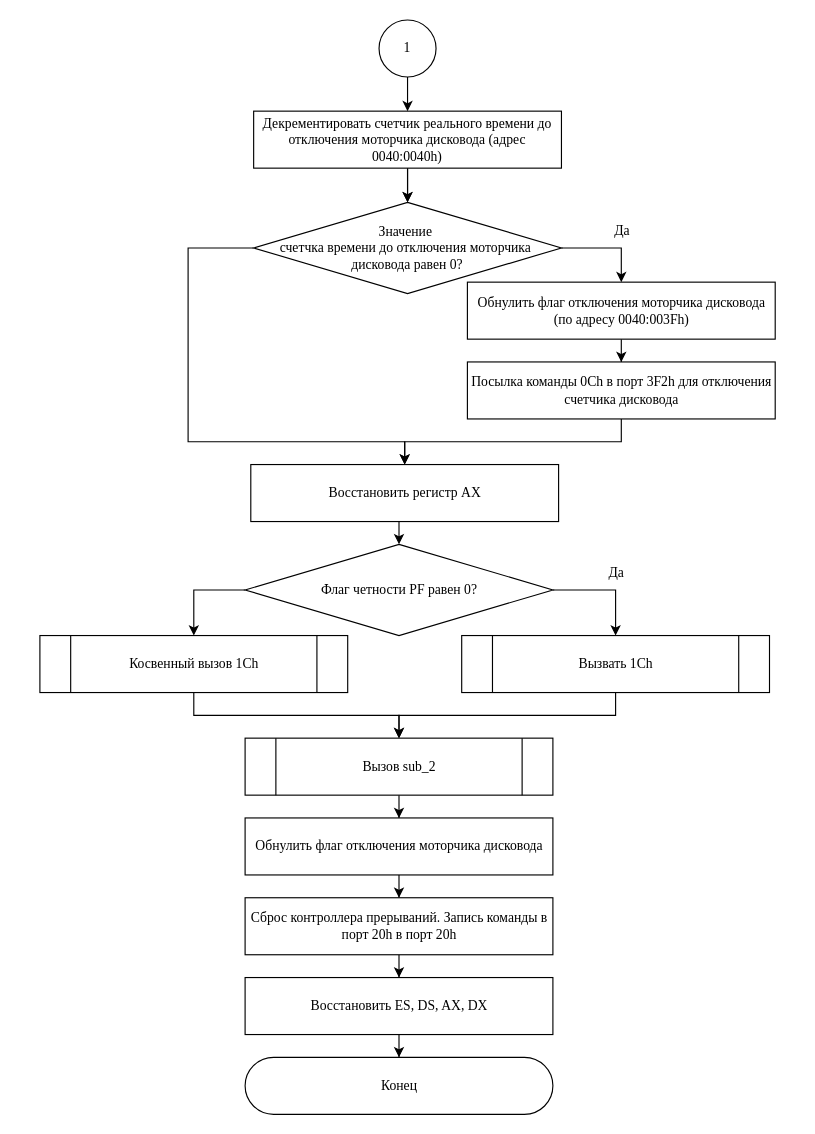
The draw.io diagram lab-01/INT8_END.drawio in xanderkov/ics7-os, before the edit. Source tidied: cells renumbered, new cells numbered last; positions are measured from the earlier drawing's top-left corner, leaving out a move shared by most shapes. Both pictures are drawn from the tidied source at 114%, with x=0, y=0 at pixel (40, 19).
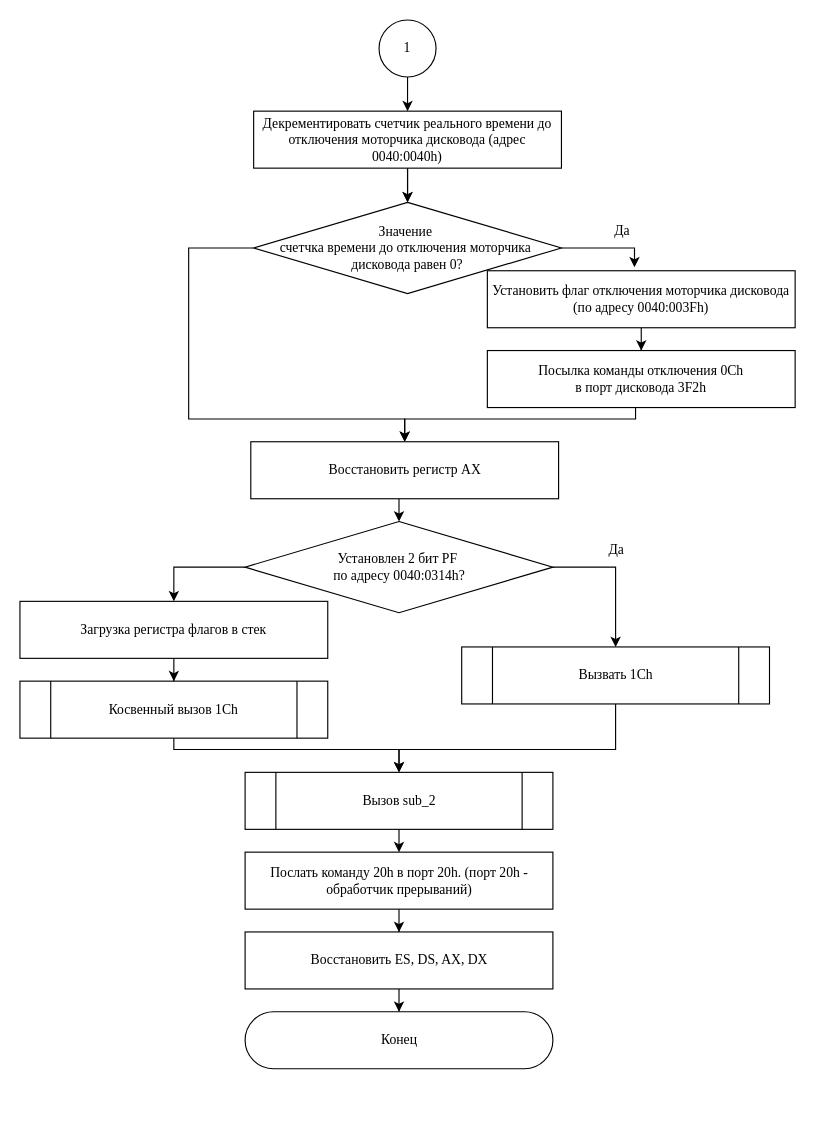
After the change.

The change refers to these unchanged cells:
```xml
<mxCell id="7" value="&lt;div&gt;Значение&amp;nbsp;&lt;/div&gt;&lt;div&gt;счетчка времени&amp;nbsp;&lt;span style=&quot;background-color: initial;&quot;&gt;до отключения&amp;nbsp;&lt;/span&gt;&lt;span style=&quot;background-color: initial;&quot;&gt;моторчика&amp;nbsp;&lt;/span&gt;&lt;/div&gt;&lt;div&gt;&lt;span style=&quot;background-color: initial;&quot;&gt;дисковода равен 0?&lt;/span&gt;&lt;/div&gt;" style="rhombus;whiteSpace=wrap;html=1;fontFamily=Garamond;" parent="1" vertex="1">
  <mxGeometry x="187" y="160" width="270" height="80" as="geometry" />
</mxCell>
```

Change to the diagram source:
```diff
@@
-    <mxCell id="5" style="edgeStyle=orthogonalEdgeStyle;rounded=0;jettySize=auto;html=1;entryX=0.5;entryY=0;entryDx=0;entryDy=0;fontFamily=Times New Roman;" parent="1" edge="1" source="7" target="9">
+    <mxCell id="5" style="edgeStyle=orthogonalEdgeStyle;rounded=0;jettySize=auto;html=1;entryX=0.478;entryY=-0.06;entryDx=0;entryDy=0;fontFamily=Times New Roman;entryPerimeter=0;" parent="1" edge="1" source="7" target="9">
       <mxGeometry relative="1" as="geometry">
         <Array as="points">
-          <mxPoint x="509.5" y="200" />
+          <mxPoint x="521" y="200" />
         </Array>
       </mxGeometry>
     </mxCell>
     <mxCell id="6" style="edgeStyle=orthogonalEdgeStyle;rounded=0;jettySize=auto;html=1;entryX=0.5;entryY=0;entryDx=0;entryDy=0;" parent="1" edge="1" source="7" target="14">
       <mxGeometry relative="1" as="geometry">
         <Array as="points">
-          <mxPoint x="129.5" y="200" />
-          <mxPoint x="129.5" y="370" />
-          <mxPoint x="319.5" y="370" />
+          <mxPoint x="130" y="200" />
+          <mxPoint x="130" y="350" />
+          <mxPoint x="320" y="350" />
         </Array>
       </mxGeometry>
     </mxCell>
@@
-    <mxCell id="9" value="Обнулить флаг отключения моторчика дисковода (по адресу 0040:003Fh)" style="rounded=1;whiteSpace=wrap;html=1;fontFamily=Times New Roman;arcSize=0;" parent="1" vertex="1">
-      <mxGeometry x="374.5" y="230" width="270" height="50" as="geometry" />
+    <mxCell id="9" value="Установить флаг отключения моторчика дисковода (по адресу 0040:003Fh)" style="rounded=1;whiteSpace=wrap;html=1;fontFamily=Times New Roman;arcSize=0;" parent="1" vertex="1">
+      <mxGeometry x="392" y="220" width="270" height="50" as="geometry" />
     </mxCell>
@@
     <mxCell id="11" style="edgeStyle=orthogonalEdgeStyle;rounded=0;jettySize=auto;html=1;entryX=0.5;entryY=0;entryDx=0;entryDy=0;" parent="1" edge="1" source="12" target="14">
       <mxGeometry relative="1" as="geometry">
         <Array as="points">
-          <mxPoint x="509.5" y="370" />
-          <mxPoint x="319.5" y="370" />
+          <mxPoint x="522" y="350" />
+          <mxPoint x="320" y="350" />
         </Array>
       </mxGeometry>
     </mxCell>
-    <mxCell id="12" value="Посылка команды 0Ch в порт 3F2h для отключения счетчика дисковода" style="rounded=1;whiteSpace=wrap;html=1;fontFamily=Times New Roman;arcSize=0;" parent="1" vertex="1">
-      <mxGeometry x="374.5" y="300" width="270" height="50" as="geometry" />
+    <mxCell id="12" value="Посылка команды отключения 0Ch &lt;br&gt;в порт дисковода 3F2h" style="rounded=1;whiteSpace=wrap;html=1;fontFamily=Times New Roman;arcSize=0;" parent="1" vertex="1">
+      <mxGeometry x="392" y="290" width="270" height="50" as="geometry" />
     </mxCell>
     <mxCell id="13" style="edgeStyle=orthogonalEdgeStyle;rounded=0;jettySize=auto;html=1;entryX=0.5;entryY=0;entryDx=0;entryDy=0;fontFamily=Times New Roman;" parent="1" edge="1" source="14" target="17">
       <mxGeometry relative="1" as="geometry">
         <Array as="points">
-          <mxPoint x="314.5" y="450" />
-          <mxPoint x="314.5" y="450" />
+          <mxPoint x="314.5" y="430" />
+          <mxPoint x="314.5" y="430" />
         </Array>
       </mxGeometry>
     </mxCell>
     <mxCell id="14" value="Восстановить регистр AX" style="rounded=1;whiteSpace=wrap;html=1;fontFamily=Times New Roman;arcSize=0;" parent="1" vertex="1">
-      <mxGeometry x="184.5" y="390" width="270" height="50" as="geometry" />
+      <mxGeometry x="184.5" y="370" width="270" height="50" as="geometry" />
     </mxCell>
     <mxCell id="15" style="edgeStyle=orthogonalEdgeStyle;rounded=0;jettySize=auto;html=1;entryX=0.5;entryY=0;entryDx=0;entryDy=0;fontFamily=Times New Roman;" parent="1" edge="1" source="17" target="19">
       <mxGeometry relative="1" as="geometry">
         <Array as="points">
-          <mxPoint x="504.5" y="500" />
+          <mxPoint x="504.5" y="480" />
         </Array>
       </mxGeometry>
     </mxCell>
-    <mxCell id="16" style="edgeStyle=orthogonalEdgeStyle;rounded=0;jettySize=auto;html=1;fontFamily=Times New Roman;" parent="1" edge="1" source="17">
-      <mxGeometry relative="1" as="geometry">
-        <mxPoint x="134.5" y="540" as="targetPoint" />
-        <Array as="points">
-          <mxPoint x="134.5" y="500" />
-        </Array>
-      </mxGeometry>
-    </mxCell>
+    <mxCell id="34" style="edgeStyle=orthogonalEdgeStyle;rounded=0;jettySize=auto;html=1;entryX=0.5;entryY=0;entryDx=0;entryDy=0;" parent="1" edge="1" source="17" target="36">
+      <mxGeometry relative="1" as="geometry">
+        <Array as="points">
+          <mxPoint x="117" y="480" />
+        </Array>
+      </mxGeometry>
+    </mxCell>
-    <mxCell id="17" value="&lt;div&gt;Флаг четности PF равен 0?&lt;/div&gt;" style="rhombus;whiteSpace=wrap;html=1;fontFamily=Garamond;" parent="1" vertex="1">
-      <mxGeometry x="179.5" y="460" width="270" height="80" as="geometry" />
+    <mxCell id="17" value="&lt;div&gt;Установлен 2 бит PF&amp;nbsp;&lt;/div&gt;&lt;div&gt;по адресу 0040:0314h?&lt;/div&gt;" style="rhombus;whiteSpace=wrap;html=1;fontFamily=Garamond;" parent="1" vertex="1">
+      <mxGeometry x="179.5" y="440" width="270" height="80" as="geometry" />
     </mxCell>
     <mxCell id="18" style="edgeStyle=orthogonalEdgeStyle;rounded=0;jettySize=auto;html=1;entryX=0.5;entryY=0;entryDx=0;entryDy=0;" parent="1" edge="1" source="19" target="24">
       <mxGeometry relative="1" as="geometry">
         <Array as="points">
-          <mxPoint x="505" y="610" />
-          <mxPoint x="315" y="610" />
+          <mxPoint x="505" y="640" />
+          <mxPoint x="315" y="640" />
         </Array>
       </mxGeometry>
     </mxCell>
     <mxCell id="19" value="Вызвать 1Ch" style="shape=process;whiteSpace=wrap;html=1;backgroundOutline=1;rounded=1;arcSize=0;fontFamily=Garamond;" parent="1" vertex="1">
-      <mxGeometry x="369.5" y="540" width="270" height="50" as="geometry" />
+      <mxGeometry x="369.5" y="550" width="270" height="50" as="geometry" />
     </mxCell>
     <mxCell id="20" value="Да" style="text;html=1;align=center;verticalAlign=middle;strokeColor=none;fillColor=none;fontFamily=Times New Roman;" parent="1" vertex="1">
-      <mxGeometry x="484.5" y="470" width="40" height="30" as="geometry" />
+      <mxGeometry x="484.5" y="450" width="40" height="30" as="geometry" />
     </mxCell>
     <mxCell id="21" style="edgeStyle=orthogonalEdgeStyle;rounded=0;jettySize=auto;html=1;entryX=0.5;entryY=0;entryDx=0;entryDy=0;" parent="1" edge="1" source="22" target="24">
       <mxGeometry relative="1" as="geometry">
         <Array as="points">
-          <mxPoint x="135" y="610" />
-          <mxPoint x="315" y="610" />
+          <mxPoint x="117" y="640" />
+          <mxPoint x="315" y="640" />
         </Array>
       </mxGeometry>
     </mxCell>
     <mxCell id="22" value="Косвенный вызов 1Ch" style="shape=process;whiteSpace=wrap;html=1;backgroundOutline=1;rounded=1;arcSize=0;fontFamily=Garamond;" parent="1" vertex="1">
-      <mxGeometry x="-0.5" y="540" width="270" height="50" as="geometry" />
+      <mxGeometry x="-18" y="580" width="270" height="50" as="geometry" />
     </mxCell>
-    <mxCell id="23" style="edgeStyle=orthogonalEdgeStyle;rounded=0;jettySize=auto;html=1;" parent="1" edge="1" source="24" target="26">
-      <mxGeometry relative="1" as="geometry" />
+    <mxCell id="23" style="edgeStyle=orthogonalEdgeStyle;rounded=0;jettySize=auto;html=1;" parent="1" edge="1" source="24">
+      <mxGeometry relative="1" as="geometry">
+        <mxPoint x="314.5" y="730" as="targetPoint" />
+      </mxGeometry>
     </mxCell>
     <mxCell id="24" value="Вызов sub_2" style="shape=process;whiteSpace=wrap;html=1;backgroundOutline=1;rounded=1;arcSize=0;fontFamily=Garamond;" parent="1" vertex="1">
-      <mxGeometry x="179.5" y="630" width="270" height="50" as="geometry" />
+      <mxGeometry x="179.5" y="660" width="270" height="50" as="geometry" />
     </mxCell>
-    <mxCell id="25" style="edgeStyle=orthogonalEdgeStyle;rounded=0;jettySize=auto;html=1;entryX=0.5;entryY=0;entryDx=0;entryDy=0;" parent="1" edge="1" source="26" target="28">
-      <mxGeometry relative="1" as="geometry" />
-    </mxCell>
-    <mxCell id="26" value="Обнулить флаг отключения моторчика дисковода" style="rounded=1;whiteSpace=wrap;html=1;fontFamily=Times New Roman;arcSize=0;" parent="1" vertex="1">
-      <mxGeometry x="179.5" y="700" width="270" height="50" as="geometry" />
-    </mxCell>
@@
-    <mxCell id="28" value="Сброс контроллера прерываний. Запись команды в порт 20h в порт 20h" style="rounded=1;whiteSpace=wrap;html=1;fontFamily=Times New Roman;arcSize=0;" parent="1" vertex="1">
-      <mxGeometry x="179.5" y="770" width="270" height="50" as="geometry" />
+    <mxCell id="28" value="Послать команду 20h в порт 20h. (порт 20h - обработчик прерываний)" style="rounded=1;whiteSpace=wrap;html=1;fontFamily=Times New Roman;arcSize=0;" parent="1" vertex="1">
+      <mxGeometry x="179.5" y="730" width="270" height="50" as="geometry" />
     </mxCell>
@@
     <mxCell id="30" value="Восстановить ES, DS, AX, DX" style="rounded=1;whiteSpace=wrap;html=1;fontFamily=Times New Roman;arcSize=0;" parent="1" vertex="1">
-      <mxGeometry x="179.5" y="840" width="270" height="50" as="geometry" />
+      <mxGeometry x="179.5" y="800" width="270" height="50" as="geometry" />
     </mxCell>
     <mxCell id="31" value="Конец" style="rounded=1;whiteSpace=wrap;html=1;arcSize=50;fontFamily=Times New Roman;" parent="1" vertex="1">
-      <mxGeometry x="179.5" y="910" width="270" height="50" as="geometry" />
+      <mxGeometry x="179.5" y="870" width="270" height="50" as="geometry" />
     </mxCell>
@@
+    <mxCell id="35" style="edgeStyle=orthogonalEdgeStyle;rounded=0;jettySize=auto;html=1;" parent="1" edge="1" source="36" target="22">
+      <mxGeometry relative="1" as="geometry" />
+    </mxCell>
+    <mxCell id="36" value="Загрузка регистра флагов в стек" style="rounded=1;whiteSpace=wrap;html=1;fontFamily=Times New Roman;arcSize=0;" parent="1" vertex="1">
+      <mxGeometry x="-18" y="510" width="270" height="50" as="geometry" />
+    </mxCell>
```
